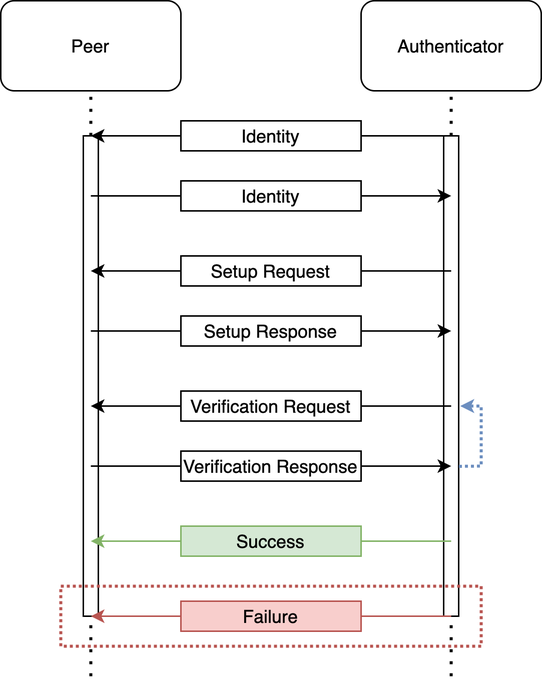
Before: Glavno Delo/images/eap-zkp.png, a diagram exported from draw.io (jkbpvsc/undergrad-thesis). Source tidied: cells renumbered, new cells last; positions are measured from the earlier drawing's top-left corner, leaving out a move shared by most shapes.
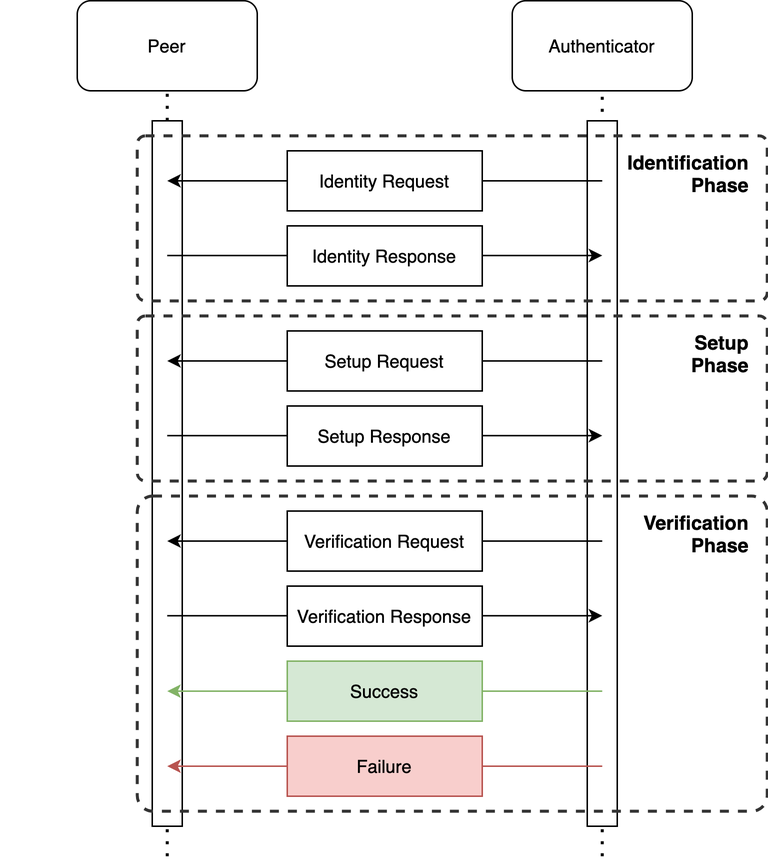
Above is the later version.

The edit, as a diff of the source:
```diff
@@ -2,143 +2,123 @@
   <root>
     <mxCell id="0" />
     <mxCell id="1" parent="0" />
-    <mxCell id="2" style="endArrow=none;dashed=1;html=1;dashPattern=1 3;strokeWidth=2;entryX=0.5;entryY=1;entryDx=0;entryDy=0;" parent="1" edge="1" target="6">
-      <mxGeometry relative="1" as="geometry">
-        <mxPoint x="60" y="450" as="sourcePoint" />
-      </mxGeometry>
-    </mxCell>
-    <mxCell id="3" style="rounded=0;whiteSpace=wrap;html=1;strokeWidth=1;" parent="1" vertex="1">
-      <mxGeometry x="55" y="90" width="10" height="320" as="geometry" />
-    </mxCell>
-    <mxCell id="4" style="endArrow=none;dashed=1;html=1;dashPattern=1 3;strokeWidth=2;entryX=0.5;entryY=1;entryDx=0;entryDy=0;" parent="1" edge="1" target="7">
-      <mxGeometry relative="1" as="geometry">
-        <mxPoint x="300" y="450" as="sourcePoint" />
-      </mxGeometry>
-    </mxCell>
-    <mxCell id="5" style="rounded=0;whiteSpace=wrap;html=1;strokeWidth=1;" parent="1" vertex="1">
-      <mxGeometry x="295" y="90" width="10" height="320" as="geometry" />
-    </mxCell>
+    <mxCell id="34" style="endArrow=none;dashed=1;html=1;dashPattern=1 3;strokeWidth=2;rounded=0;entryX=0.5;entryY=1;entryDx=0;entryDy=0;" parent="1" edge="1" target="7">
+      <mxGeometry relative="1" as="geometry">
+        <mxPoint x="390" y="-340" as="sourcePoint" />
+      </mxGeometry>
+    </mxCell>
+    <mxCell id="35" style="rounded=0;whiteSpace=wrap;html=1;" parent="1" vertex="1">
+      <mxGeometry x="380" y="-830" width="20" height="470" as="geometry" />
+    </mxCell>
+    <mxCell id="36" style="rounded=0;whiteSpace=wrap;html=1;" parent="1" vertex="1">
+      <mxGeometry x="90" y="-830" width="20" height="470" as="geometry" />
+    </mxCell>
+    <mxCell id="37" style="rounded=1;whiteSpace=wrap;html=1;fillColor=none;dashed=1;strokeWidth=2;perimeterSpacing=0;arcSize=5;strokeColor=#333333;" parent="1" vertex="1">
+      <mxGeometry x="80" y="-580" width="420" height="210" as="geometry" />
+    </mxCell>
+    <mxCell id="38" style="endArrow=none;html=1;rounded=0;startArrow=classic;startFill=1;endFill=0;" parent="1" edge="1">
+      <mxGeometry relative="1" as="geometry">
+        <mxPoint x="390" y="-740.2" as="sourcePoint" />
+        <mxPoint x="100" y="-740.2" as="targetPoint" />
+      </mxGeometry>
+    </mxCell>
     <mxCell id="6" value="Peer" style="rounded=1;whiteSpace=wrap;html=1;" parent="1" vertex="1">
-      <mxGeometry width="120" height="60" as="geometry" />
+      <mxGeometry x="40" y="-910" width="120" height="60" as="geometry" />
     </mxCell>
+    <mxCell id="39" style="endArrow=none;dashed=1;html=1;dashPattern=1 3;strokeWidth=2;rounded=0;entryX=0.5;entryY=1;entryDx=0;entryDy=0;startArrow=none;" parent="1" edge="1" source="36" target="6">
+      <mxGeometry relative="1" as="geometry" />
+    </mxCell>
     <mxCell id="7" value="Authenticator" style="rounded=1;whiteSpace=wrap;html=1;" parent="1" vertex="1">
-      <mxGeometry x="240" width="120" height="60" as="geometry" />
+      <mxGeometry x="330" y="-910" width="120" height="60" as="geometry" />
     </mxCell>
-    <mxCell id="8" style="endArrow=none;html=1;startArrow=none;endFill=0;" parent="1" edge="1" source="9">
-      <mxGeometry relative="1" as="geometry">
-        <mxPoint x="300" y="180" as="targetPoint" />
-      </mxGeometry>
-    </mxCell>
+    <mxCell id="40" value="Identity Response" style="rounded=0;whiteSpace=wrap;html=1;" parent="1" vertex="1">
+      <mxGeometry x="180" y="-760" width="130" height="40" as="geometry" />
+    </mxCell>
+    <mxCell id="41" style="endArrow=classic;html=1;rounded=0;" parent="1" edge="1">
+      <mxGeometry relative="1" as="geometry">
+        <mxPoint x="390" y="-790" as="sourcePoint" />
+        <mxPoint x="100" y="-790" as="targetPoint" />
+      </mxGeometry>
+    </mxCell>
+    <mxCell id="42" value="Identity Request" style="rounded=0;whiteSpace=wrap;html=1;" parent="1" vertex="1">
+      <mxGeometry x="180" y="-810" width="130" height="40" as="geometry" />
+    </mxCell>
+    <mxCell id="43" style="endArrow=none;html=1;rounded=0;startArrow=classic;startFill=1;endFill=0;" parent="1" edge="1">
+      <mxGeometry relative="1" as="geometry">
+        <mxPoint x="390" y="-620.2" as="sourcePoint" />
+        <mxPoint x="100" y="-620.2" as="targetPoint" />
+      </mxGeometry>
+    </mxCell>
+    <mxCell id="12" value="Setup Response" style="rounded=0;whiteSpace=wrap;html=1;" parent="1" vertex="1">
+      <mxGeometry x="180" y="-640" width="130" height="40" as="geometry" />
+    </mxCell>
+    <mxCell id="44" style="endArrow=classic;html=1;rounded=0;" parent="1" edge="1">
+      <mxGeometry relative="1" as="geometry">
+        <mxPoint x="390" y="-670" as="sourcePoint" />
+        <mxPoint x="100" y="-670" as="targetPoint" />
+      </mxGeometry>
+    </mxCell>
     <mxCell id="9" value="Setup Request" style="rounded=0;whiteSpace=wrap;html=1;" parent="1" vertex="1">
-      <mxGeometry x="120" y="170" width="120" height="20" as="geometry" />
+      <mxGeometry x="180" y="-690" width="130" height="40" as="geometry" />
     </mxCell>
-    <mxCell id="10" style="endArrow=none;html=1;startArrow=classic;startFill=1;" parent="1" edge="1" target="9">
-      <mxGeometry relative="1" as="geometry">
-        <mxPoint x="60" y="180" as="sourcePoint" />
-      </mxGeometry>
-    </mxCell>
-    <mxCell id="11" style="endArrow=classic;html=1;startArrow=none;endFill=1;" parent="1" edge="1" source="12">
-      <mxGeometry relative="1" as="geometry">
-        <mxPoint x="300" y="220" as="targetPoint" />
-      </mxGeometry>
-    </mxCell>
-    <mxCell id="12" value="Setup Response" style="rounded=0;whiteSpace=wrap;html=1;" parent="1" vertex="1">
-      <mxGeometry x="120" y="210" width="120" height="20" as="geometry" />
-    </mxCell>
-    <mxCell id="13" style="endArrow=none;html=1;startArrow=none;startFill=0;" parent="1" edge="1" target="12">
-      <mxGeometry relative="1" as="geometry">
-        <mxPoint x="60" y="220" as="sourcePoint" />
-      </mxGeometry>
-    </mxCell>
-    <mxCell id="14" style="endArrow=classic;html=1;startArrow=none;endFill=1;" parent="1" edge="1" source="15">
-      <mxGeometry relative="1" as="geometry">
-        <mxPoint x="300" y="130" as="targetPoint" />
-      </mxGeometry>
-    </mxCell>
-    <mxCell id="15" value="Identity" style="rounded=0;whiteSpace=wrap;html=1;" parent="1" vertex="1">
-      <mxGeometry x="120" y="120" width="120" height="20" as="geometry" />
-    </mxCell>
-    <mxCell id="16" style="endArrow=none;html=1;" parent="1" edge="1" target="15">
-      <mxGeometry relative="1" as="geometry">
-        <mxPoint x="60" y="130" as="sourcePoint" />
-      </mxGeometry>
-    </mxCell>
-    <mxCell id="17" style="endArrow=none;html=1;startArrow=none;endFill=0;" parent="1" edge="1" source="18">
-      <mxGeometry relative="1" as="geometry">
-        <mxPoint x="300" y="90" as="targetPoint" />
-      </mxGeometry>
-    </mxCell>
-    <mxCell id="18" value="Identity" style="rounded=0;whiteSpace=wrap;html=1;" parent="1" vertex="1">
-      <mxGeometry x="120" y="80" width="120" height="20" as="geometry" />
-    </mxCell>
-    <mxCell id="19" style="endArrow=none;html=1;startArrow=classic;startFill=1;" parent="1" edge="1" target="18">
-      <mxGeometry relative="1" as="geometry">
-        <mxPoint x="60" y="90" as="sourcePoint" />
-      </mxGeometry>
-    </mxCell>
-    <mxCell id="20" style="endArrow=none;html=1;startArrow=none;endFill=0;" parent="1" edge="1" source="21">
-      <mxGeometry relative="1" as="geometry">
-        <mxPoint x="300" y="270" as="targetPoint" />
-      </mxGeometry>
-    </mxCell>
+    <mxCell id="45" style="endArrow=none;html=1;rounded=0;startArrow=classic;startFill=1;endFill=0;" parent="1" edge="1">
+      <mxGeometry relative="1" as="geometry">
+        <mxPoint x="390" y="-500.2" as="sourcePoint" />
+        <mxPoint x="100" y="-500.2" as="targetPoint" />
+      </mxGeometry>
+    </mxCell>
+    <mxCell id="24" value="Verification&amp;nbsp;Response" style="rounded=0;whiteSpace=wrap;html=1;" parent="1" vertex="1">
+      <mxGeometry x="180" y="-520" width="130" height="40" as="geometry" />
+    </mxCell>
+    <mxCell id="46" style="endArrow=classic;html=1;rounded=0;" parent="1" edge="1">
+      <mxGeometry relative="1" as="geometry">
+        <mxPoint x="390" y="-550" as="sourcePoint" />
+        <mxPoint x="100" y="-550" as="targetPoint" />
+      </mxGeometry>
+    </mxCell>
     <mxCell id="21" value="Verification Request" style="rounded=0;whiteSpace=wrap;html=1;" parent="1" vertex="1">
-      <mxGeometry x="120" y="260" width="120" height="20" as="geometry" />
+      <mxGeometry x="180" y="-570" width="130" height="40" as="geometry" />
     </mxCell>
-    <mxCell id="22" style="endArrow=none;html=1;startArrow=classic;startFill=1;" parent="1" edge="1" target="21">
-      <mxGeometry relative="1" as="geometry">
-        <mxPoint x="60" y="270" as="sourcePoint" />
-      </mxGeometry>
-    </mxCell>
-    <mxCell id="23" style="endArrow=classic;html=1;startArrow=none;endFill=1;" parent="1" edge="1" source="24">
-      <mxGeometry relative="1" as="geometry">
-        <mxPoint x="300" y="310" as="targetPoint" />
-      </mxGeometry>
-    </mxCell>
-    <mxCell id="24" value="Verification&amp;nbsp;Response" style="rounded=0;whiteSpace=wrap;html=1;" parent="1" vertex="1">
-      <mxGeometry x="120" y="300" width="120" height="20" as="geometry" />
-    </mxCell>
-    <mxCell id="25" style="endArrow=none;html=1;startArrow=none;startFill=0;" parent="1" edge="1" target="24">
-      <mxGeometry relative="1" as="geometry">
-        <mxPoint x="60" y="310" as="sourcePoint" />
-      </mxGeometry>
-    </mxCell>
-    <mxCell id="26" style="endArrow=none;html=1;startArrow=none;endFill=0;fillColor=#d5e8d4;strokeColor=#82b366;" parent="1" edge="1" source="27">
-      <mxGeometry relative="1" as="geometry">
-        <mxPoint x="300" y="360" as="targetPoint" />
-      </mxGeometry>
-    </mxCell>
+    <mxCell id="47" style="endArrow=classic;html=1;rounded=0;fillColor=#d5e8d4;strokeColor=#82b366;" parent="1" edge="1">
+      <mxGeometry relative="1" as="geometry">
+        <mxPoint x="390" y="-450" as="sourcePoint" />
+        <mxPoint x="100" y="-450" as="targetPoint" />
+      </mxGeometry>
+    </mxCell>
     <mxCell id="27" value="Success" style="rounded=0;whiteSpace=wrap;html=1;fillColor=#d5e8d4;strokeColor=#82b366;" parent="1" vertex="1">
-      <mxGeometry x="120" y="350" width="120" height="20" as="geometry" />
+      <mxGeometry x="180" y="-470" width="130" height="40" as="geometry" />
     </mxCell>
-    <mxCell id="28" style="endArrow=none;html=1;startArrow=classic;startFill=1;fillColor=#d5e8d4;strokeColor=#82b366;" parent="1" edge="1" target="27">
-      <mxGeometry relative="1" as="geometry">
-        <mxPoint x="60" y="360" as="sourcePoint" />
-      </mxGeometry>
-    </mxCell>
-    <mxCell id="29" style="endArrow=none;html=1;startArrow=none;endFill=0;fillColor=#f8cecc;strokeColor=#b85450;" parent="1" edge="1" source="30">
-      <mxGeometry relative="1" as="geometry">
-        <mxPoint x="300" y="410" as="targetPoint" />
-      </mxGeometry>
-    </mxCell>
+    <mxCell id="48" style="endArrow=classic;html=1;rounded=0;fillColor=#f8cecc;strokeColor=#b85450;" parent="1" edge="1">
+      <mxGeometry relative="1" as="geometry">
+        <mxPoint x="390" y="-400" as="sourcePoint" />
+        <mxPoint x="100" y="-400" as="targetPoint" />
+      </mxGeometry>
+    </mxCell>
     <mxCell id="30" value="Failure" style="rounded=0;whiteSpace=wrap;html=1;fillColor=#f8cecc;strokeColor=#b85450;" parent="1" vertex="1">
-      <mxGeometry x="120" y="400" width="120" height="20" as="geometry" />
+      <mxGeometry x="180" y="-420" width="130" height="40" as="geometry" />
     </mxCell>
-    <mxCell id="31" style="endArrow=none;html=1;startArrow=classic;startFill=1;fillColor=#f8cecc;strokeColor=#b85450;" parent="1" edge="1" target="30">
-      <mxGeometry relative="1" as="geometry">
-        <mxPoint x="60" y="410" as="sourcePoint" />
-      </mxGeometry>
-    </mxCell>
-    <mxCell id="32" style="rounded=0;whiteSpace=wrap;html=1;strokeColor=#b85450;dashed=1;strokeWidth=2;fillColor=none;dashPattern=1 1;" parent="1" vertex="1">
-      <mxGeometry x="40" y="390" width="280" height="40" as="geometry" />
-    </mxCell>
-    <mxCell id="33" style="endArrow=classic;html=1;endFill=1;dashed=1;exitX=1.02;exitY=0.688;exitDx=0;exitDy=0;exitPerimeter=0;strokeWidth=2;fillColor=#dae8fc;strokeColor=#6c8ebf;rounded=0;startSize=6;endSize=3;dashPattern=1 1;" parent="1" edge="1" source="5">
-      <mxGeometry relative="1" as="geometry">
-        <mxPoint x="306" y="270" as="targetPoint" />
-        <Array as="points">
-          <mxPoint x="320" y="310" />
-          <mxPoint x="320" y="270" />
-        </Array>
-      </mxGeometry>
-    </mxCell>
+    <mxCell id="49" style="endArrow=none;dashed=1;html=1;dashPattern=1 3;strokeWidth=2;rounded=0;entryX=0.5;entryY=1;entryDx=0;entryDy=0;" parent="1" edge="1" target="36">
+      <mxGeometry relative="1" as="geometry">
+        <mxPoint x="100" y="-340" as="sourcePoint" />
+      </mxGeometry>
+    </mxCell>
+    <mxCell id="50" style="rounded=1;whiteSpace=wrap;html=1;fillColor=none;dashed=1;strokeWidth=2;perimeterSpacing=0;arcSize=5;strokeColor=#333333;" parent="1" vertex="1">
+      <mxGeometry x="80" y="-820" width="420" height="110" as="geometry" />
+    </mxCell>
+    <mxCell id="51" value="&lt;div style=&quot;font-size: 13px;&quot;&gt;&lt;span style=&quot;font-size: 13px;&quot;&gt;&lt;span style=&quot;font-size: 13px;&quot;&gt;Identification&lt;/span&gt;&lt;/span&gt;&lt;/div&gt;&lt;div style=&quot;font-size: 13px;&quot;&gt;&lt;span style=&quot;font-size: 13px;&quot;&gt;&lt;span style=&quot;font-size: 13px;&quot;&gt;Phase&lt;/span&gt;&lt;/span&gt;&lt;/div&gt;" style="text;html=1;strokeColor=none;fillColor=none;align=right;verticalAlign=middle;whiteSpace=wrap;rounded=0;dashed=1;fontSize=13;fontStyle=1;" parent="1" vertex="1">
+      <mxGeometry x="380" y="-810" width="110" height="30" as="geometry" />
+    </mxCell>
+    <mxCell id="52" style="rounded=1;whiteSpace=wrap;html=1;fillColor=none;dashed=1;strokeWidth=2;perimeterSpacing=0;arcSize=5;strokeColor=#333333;" parent="1" vertex="1">
+      <mxGeometry x="80" y="-700" width="420" height="110" as="geometry" />
+    </mxCell>
+    <mxCell id="53" value="&lt;div style=&quot;font-size: 13px;&quot;&gt;&lt;span style=&quot;font-size: 13px;&quot;&gt;&lt;span style=&quot;font-size: 13px;&quot;&gt;Setup&lt;/span&gt;&lt;/span&gt;&lt;/div&gt;&lt;div style=&quot;font-size: 13px;&quot;&gt;&lt;span style=&quot;font-size: 13px;&quot;&gt;&lt;span style=&quot;font-size: 13px;&quot;&gt;Phase&lt;/span&gt;&lt;/span&gt;&lt;/div&gt;" style="text;html=1;strokeColor=none;fillColor=none;align=right;verticalAlign=middle;whiteSpace=wrap;rounded=0;dashed=1;fontSize=13;fontStyle=1;" parent="1" vertex="1">
+      <mxGeometry x="380" y="-690" width="110" height="30" as="geometry" />
+    </mxCell>
+    <mxCell id="54" value="&lt;div style=&quot;font-size: 13px;&quot;&gt;&lt;span style=&quot;font-size: 13px;&quot;&gt;&lt;span style=&quot;font-size: 13px;&quot;&gt;Verification&lt;/span&gt;&lt;/span&gt;&lt;/div&gt;&lt;div style=&quot;font-size: 13px;&quot;&gt;&lt;span style=&quot;font-size: 13px;&quot;&gt;&lt;span style=&quot;font-size: 13px;&quot;&gt;Phase&lt;/span&gt;&lt;/span&gt;&lt;/div&gt;" style="text;html=1;strokeColor=none;fillColor=none;align=right;verticalAlign=middle;whiteSpace=wrap;rounded=0;dashed=1;fontSize=13;fontStyle=1;" parent="1" vertex="1">
+      <mxGeometry x="380" y="-570" width="110" height="30" as="geometry" />
+    </mxCell>
+    <mxCell id="55" style="rounded=1;whiteSpace=wrap;html=1;fillColor=none;dashed=1;strokeWidth=2;perimeterSpacing=0;arcSize=5;strokeColor=none;" parent="1" vertex="1">
+      <mxGeometry x="-10" y="-820" width="420" height="110" as="geometry" />
+    </mxCell>
   </root>
 </mxGraphModel>
```
